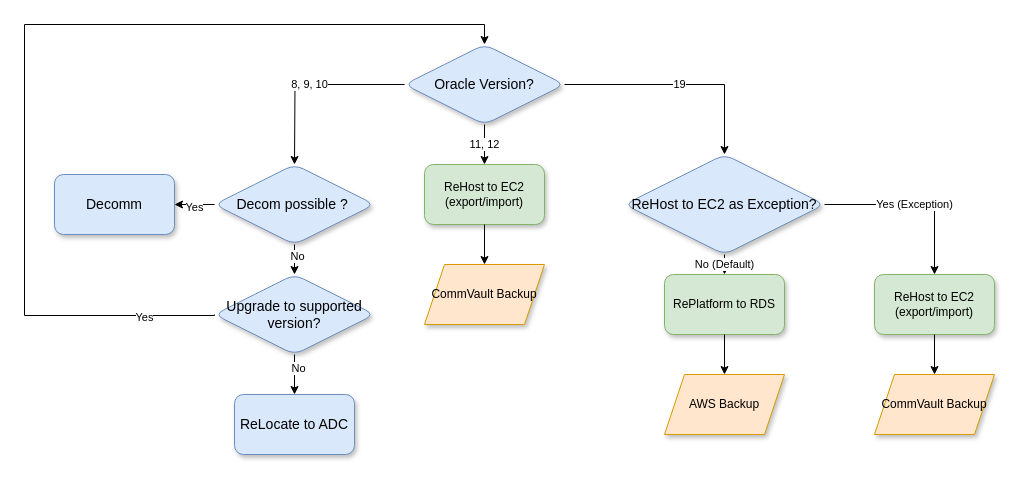
anthonygea/mycv keeps this draw.io diagram as Oracle-DecisionTree.drawio. Above is the earlier version. Source tidied: cells renumbered, new cells numbered last; positions are measured from the earlier drawing's top-left corner, leaving out a move shared by most shapes. Both pictures are drawn from the tidied source at 100%, with x=0, y=0 at pixel (24, 24).
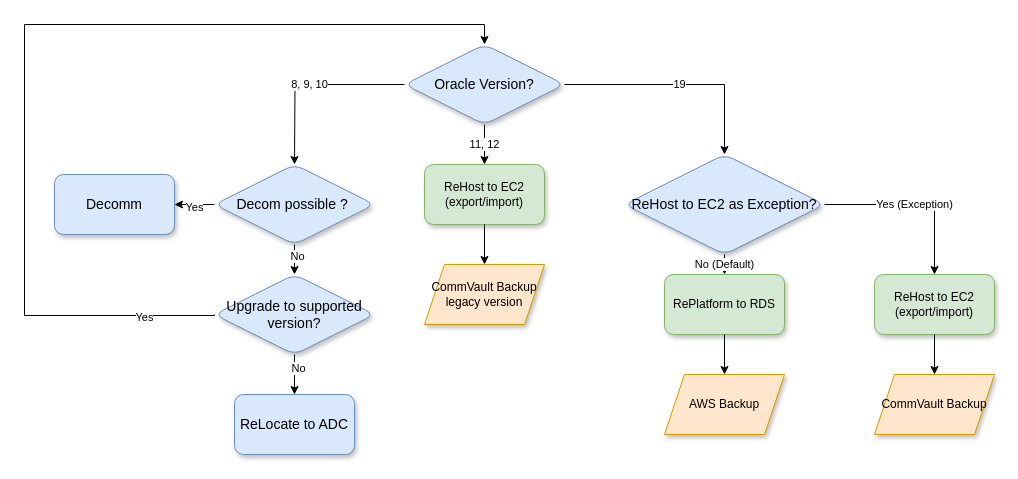
The same diagram, later.

Commit message:
Mettre à jour Oracle-DecisionTree.drawio

Diff of the diagram source:
```diff
@@
-    <mxCell id="7" value="CommVault Backup" style="shape=parallelogram;perimeter=parallelogramPerimeter;whiteSpace=wrap;html=1;fixedSize=1;shadow=1;fontFamily=Helvetica;fontSize=12;fillColor=#ffe6cc;strokeColor=#d79b00;" parent="1" vertex="1">
+    <mxCell id="7" value="CommVault Backup&lt;div&gt;legacy version&lt;/div&gt;" style="shape=parallelogram;perimeter=parallelogramPerimeter;whiteSpace=wrap;html=1;fixedSize=1;shadow=1;fontFamily=Helvetica;fontSize=12;fillColor=#ffe6cc;strokeColor=#d79b00;" parent="1" vertex="1">
       <mxGeometry x="400" y="240" width="120" height="60" as="geometry" />
     </mxCell>
```
